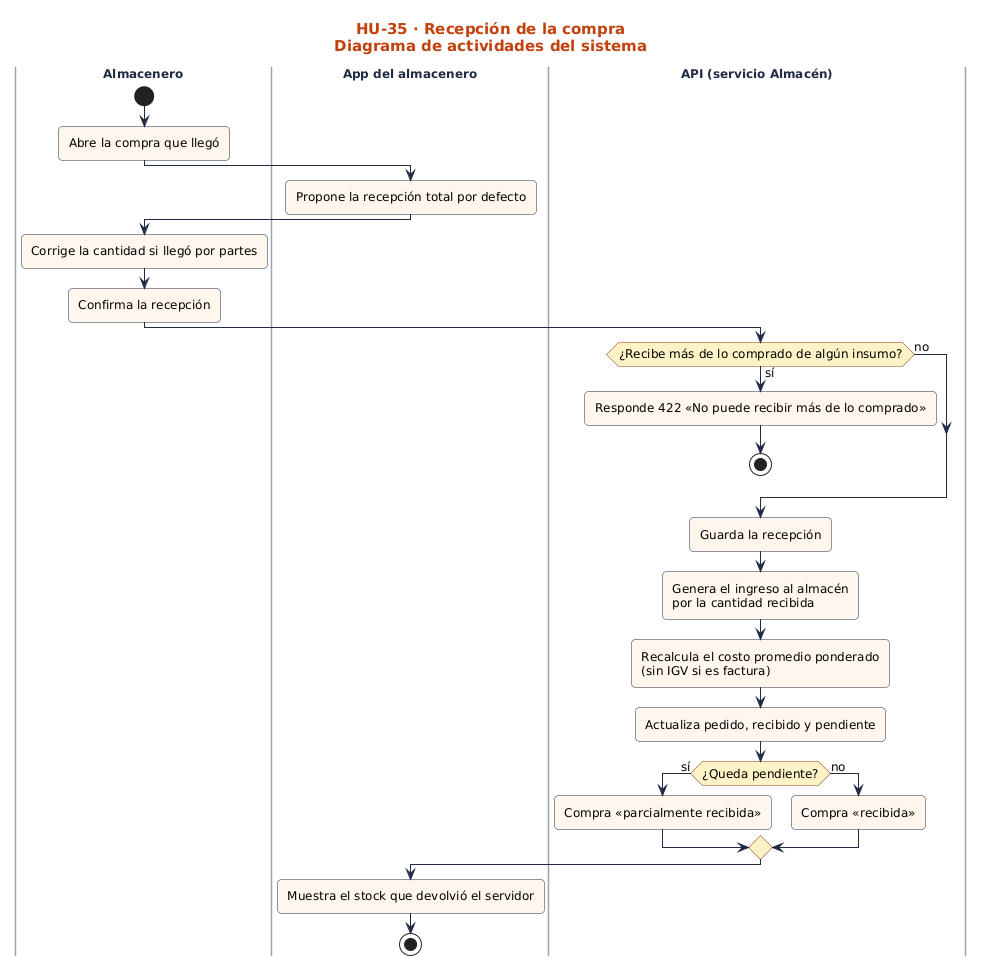
The PlantUML diagram docs/sprint-2/diagramas-hu/hu-35-recepcion-de-la-compra/actividades.png in nandoestebanif/sevens-sigro, before a commit. Its diagram source:
```plantuml
@startuml
!include ../../estilo.iuml
title HU-35 · Recepción de la compra\nDiagrama de actividades del sistema
|Almacenero|
start
:Abre la compra que llegó;
|App del almacenero|
:Propone la recepción total por defecto;
|Almacenero|
:Corrige la cantidad si llegó por partes;
:Confirma la recepción;
|API (servicio Almacén)|
if (¿Recibe más de lo comprado de algún insumo?) then (sí)
  :Responde 422 «No puede recibir más de lo comprado»;
  stop
else (no)
endif
:Guarda la recepción;
:Genera el ingreso al almacén\npor la cantidad recibida;
:Recalcula el costo promedio ponderado\n(sin IGV si es factura);
:Actualiza pedido, recibido y pendiente;
if (¿Queda pendiente?) then (sí)
  :Compra «parcialmente recibida»;
else (no)
  :Compra «recibida»;
endif
|App del almacenero|
:Muestra el stock que devolvió el servidor;
stop
@enduml
```
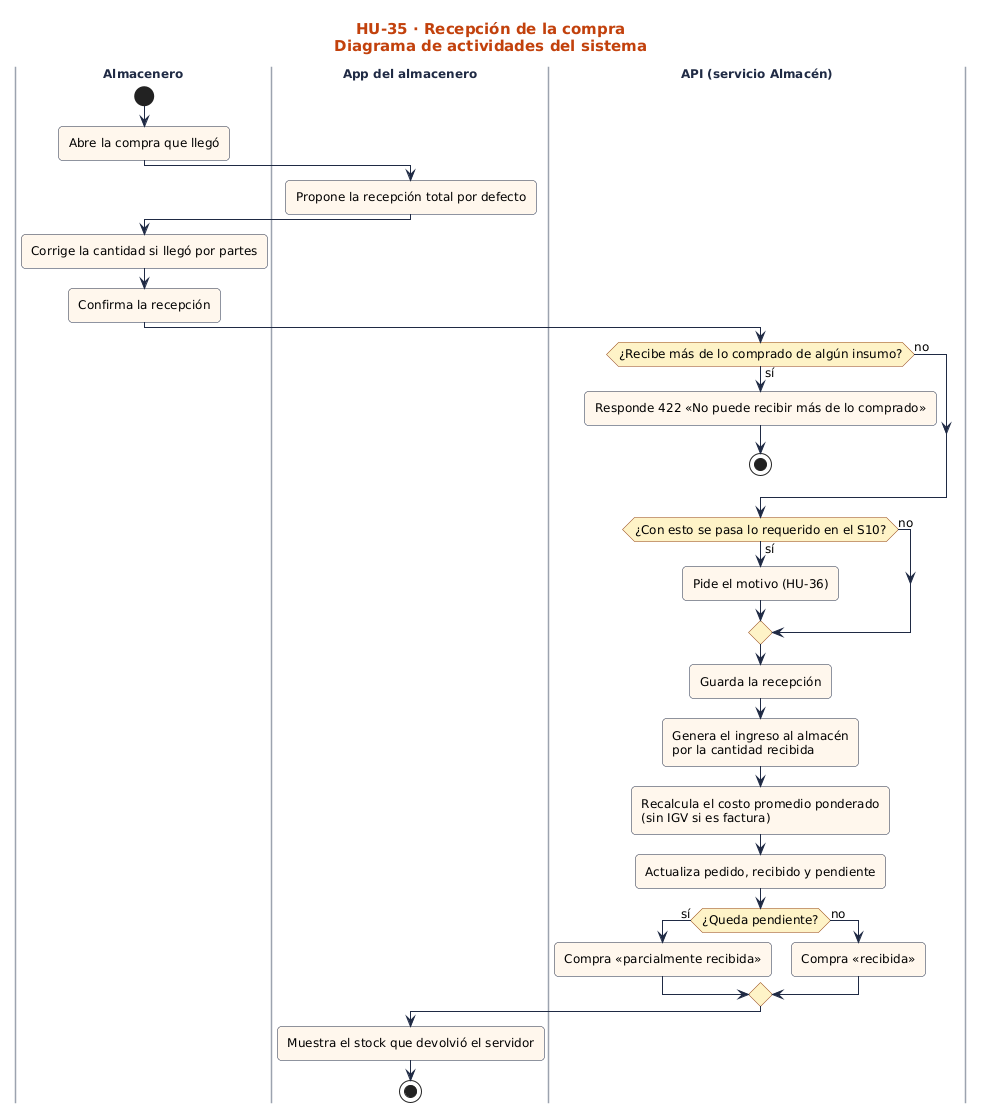
Later version of the same file.

Diff of the diagram source:
```diff
@@ -15,6 +15,10 @@
   stop
 else (no)
 endif
+if (¿Con esto se pasa lo requerido en el S10?) then (sí)
+  :Pide el motivo (HU-36);
+else (no)
+endif
 :Guarda la recepción;
 :Genera el ingreso al almacén\npor la cantidad recibida;
 :Recalcula el costo promedio ponderado\n(sin IGV si es factura);
```
